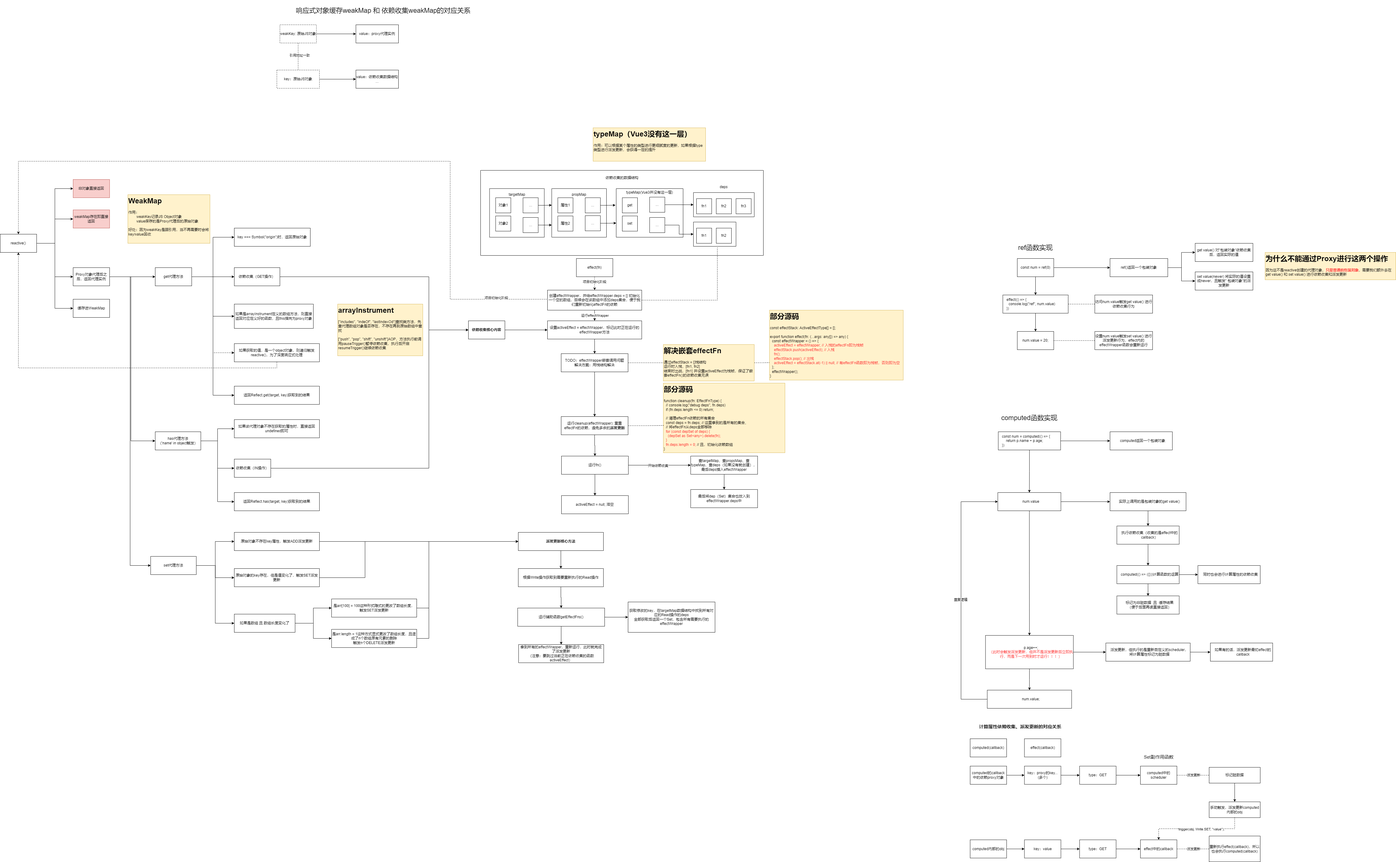
Earlier version of the draw.io export Vue3响应式源码实现(渡一).drawio.png (JYbill/draw). Source tidied: cells renumbered, new cells last; positions are measured from the earlier drawing's top-left corner, leaving out a move shared by most shapes.
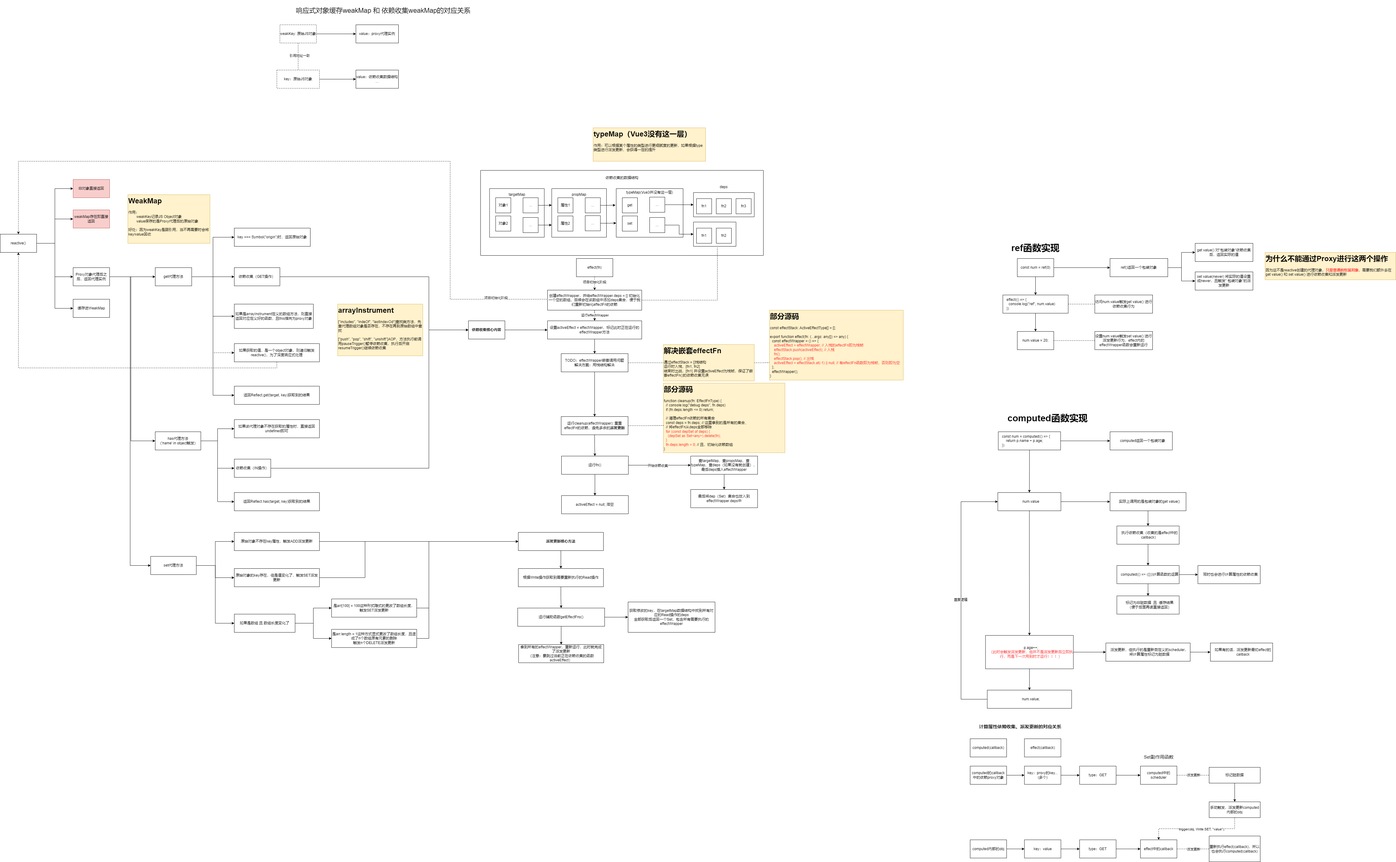
The same diagram one commit later.

Commit message:
更新Vue3响应式源码实现(渡一).drawio.png

What changed in the source:
```diff
@@ -451,7 +451,7 @@
     <mxCell id="136" value="&lt;h1 style=&quot;margin-top: 0px;&quot;&gt;部分源码&lt;/h1&gt;&lt;div&gt;&lt;div&gt;const effectStack: ActiveEffectType[] = [];&lt;/div&gt;&lt;div&gt;&lt;br&gt;&lt;/div&gt;&lt;div&gt;export function effect(fn: (...args: any[]) =&amp;gt; any) {&lt;/div&gt;&lt;div&gt;&amp;nbsp; const effectWrapper = () =&amp;gt; {&lt;/div&gt;&lt;div&gt;&amp;nbsp; &amp;nbsp; &lt;font color=&quot;#ff3333&quot;&gt;activeEffect = effectWrapper; // 入栈的effectFn即为栈帧&lt;/font&gt;&lt;/div&gt;&lt;div&gt;&lt;font color=&quot;#ff3333&quot;&gt;&amp;nbsp; &amp;nbsp; effectStack.push(activeEffect); // 入栈&lt;/font&gt;&lt;/div&gt;&lt;div&gt;&lt;font color=&quot;#ff3333&quot;&gt;&amp;nbsp; &amp;nbsp; fn();&lt;/font&gt;&lt;/div&gt;&lt;div&gt;&lt;font color=&quot;#ff3333&quot;&gt;&amp;nbsp; &amp;nbsp; effectStack.pop(); // 出栈&lt;/font&gt;&lt;/div&gt;&lt;div&gt;&lt;font color=&quot;#ff3333&quot;&gt;&amp;nbsp; &amp;nbsp; activeEffect = effectStack.at(-1) || null; // 有effectFn函数即为栈帧，否则即为空&lt;/font&gt;&lt;/div&gt;&lt;div&gt;&amp;nbsp; };&lt;/div&gt;&lt;div&gt;&amp;nbsp; effectWrapper();&lt;/div&gt;&lt;div&gt;}&lt;/div&gt;&lt;/div&gt;" style="text;html=1;whiteSpace=wrap;overflow=hidden;rounded=0;fillColor=#fff2cc;strokeColor=#d6b656;" parent="1" vertex="1">
       <mxGeometry x="2530" y="1020" width="440" height="230" as="geometry" />
     </mxCell>
-    <mxCell id="137" value="ref函数实现" style="text;html=1;align=center;verticalAlign=middle;whiteSpace=wrap;rounded=0;fontSize=22;" parent="1" vertex="1">
+    <mxCell id="137" value="&lt;b&gt;ref函数实现&lt;/b&gt;" style="text;html=1;align=center;verticalAlign=middle;whiteSpace=wrap;rounded=0;fontSize=30;" parent="1" vertex="1">
       <mxGeometry x="3290" y="780" width="230" height="70" as="geometry" />
     </mxCell>
     <mxCell id="138" style="edgeStyle=orthogonalEdgeStyle;rounded=0;jettySize=auto;html=1;exitX=0.5;exitY=1;exitDx=0;exitDy=0;" parent="1" edge="1" source="140" target="143">
@@ -502,8 +502,8 @@
     <mxCell id="153" value="设置num.value触发set value() 进行派发更新行为，effect内的effectWrapper函数会重新运行" style="rounded=0;whiteSpace=wrap;html=1;" parent="1" vertex="1">
       <mxGeometry x="3600" y="1090" width="190" height="60" as="geometry" />
     </mxCell>
-    <mxCell id="154" value="computed函数实现" style="text;html=1;align=center;verticalAlign=middle;whiteSpace=wrap;rounded=0;fontSize=22;" parent="1" vertex="1">
-      <mxGeometry x="3270" y="1339.5" width="230" height="70" as="geometry" />
+    <mxCell id="154" value="&lt;b&gt;computed函数实现&lt;/b&gt;" style="text;html=1;align=center;verticalAlign=middle;whiteSpace=wrap;rounded=0;fontSize=30;" parent="1" vertex="1">
+      <mxGeometry x="3270" y="1339.5" width="350" height="70" as="geometry" />
     </mxCell>
     <mxCell id="155" style="edgeStyle=orthogonalEdgeStyle;rounded=0;jettySize=auto;html=1;exitX=1;exitY=0.5;exitDx=0;exitDy=0;" parent="1" edge="1" source="157" target="158">
       <mxGeometry relative="1" as="geometry" />
```
